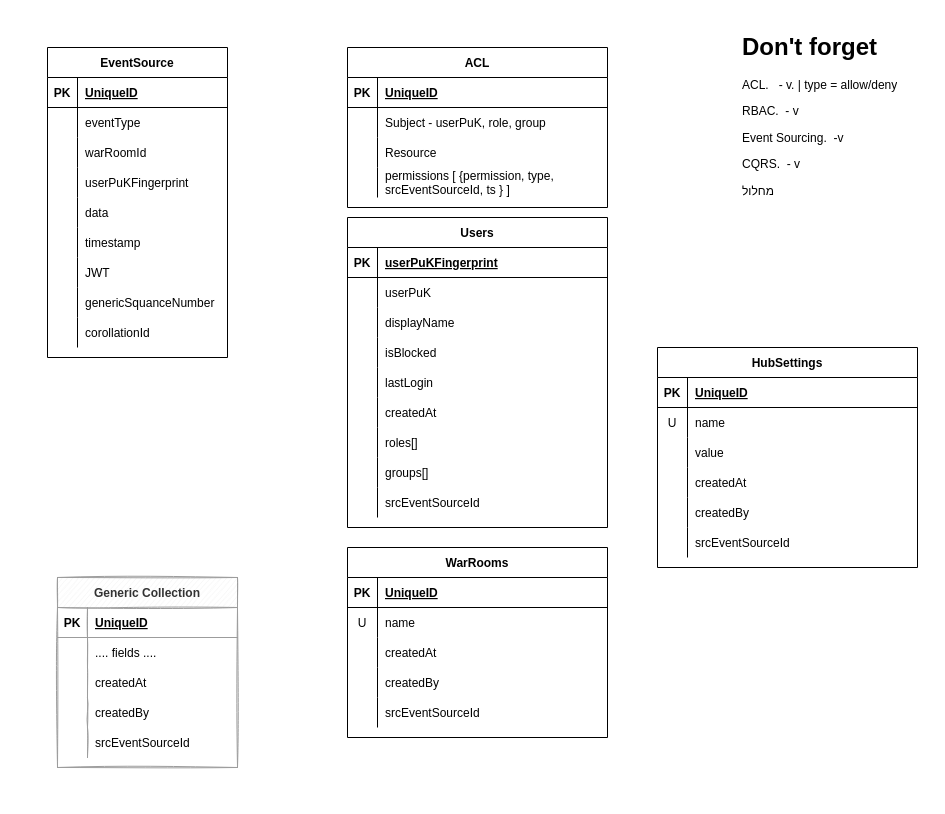
This is page "ERD" (2 of 2) of docs/architecture/CWarRoom.drawio from alefbt/CivilWarRoom, a draw.io file, before an edit. Source tidied: cells renumbered, new cells numbered last; positions are measured from the earlier drawing's top-left corner, leaving out a move shared by most shapes. Both pictures are drawn from the tidied source at 100%, with x=0, y=0 at pixel (47, 27).
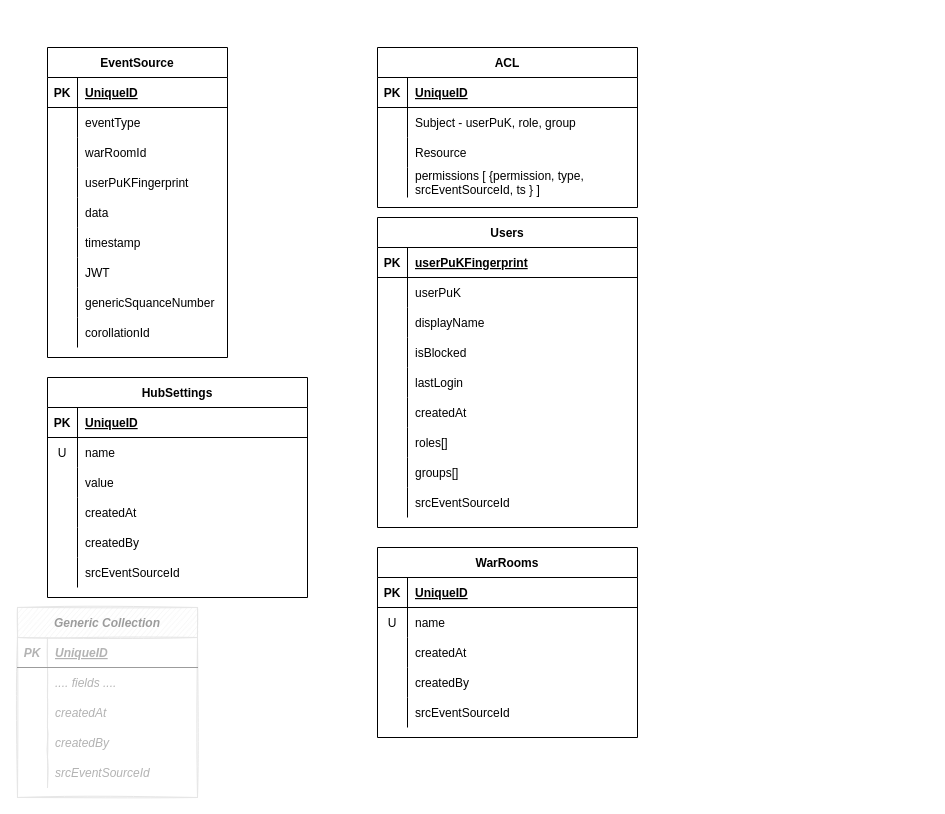
The same diagram, later.

Unchanged cells that the change refers to:
```xml
<mxCell id="89" style="shape=tableRow;horizontal=0;startSize=0;swimlaneHead=0;swimlaneBody=0;fillColor=none;top=0;left=0;right=0;bottom=1;strokeColor=#9C9C9C;" parent="88" vertex="1">
  <mxGeometry y="30" width="180" height="30" as="geometry" />
</mxCell>
<mxCell id="92" style="shape=tableRow;horizontal=0;startSize=0;swimlaneHead=0;swimlaneBody=0;fillColor=none;top=0;left=0;right=0;bottom=0;strokeColor=#9C9C9C;" parent="88" vertex="1">
  <mxGeometry y="60" width="180" height="30" as="geometry" />
</mxCell>
<mxCell id="95" style="shape=tableRow;horizontal=0;startSize=0;swimlaneHead=0;swimlaneBody=0;fillColor=none;top=0;left=0;right=0;bottom=0;strokeColor=#9C9C9C;" parent="88" vertex="1">
  <mxGeometry y="90" width="180" height="30" as="geometry" />
</mxCell>
<mxCell id="98" style="shape=tableRow;horizontal=0;startSize=0;swimlaneHead=0;swimlaneBody=0;fillColor=none;top=0;left=0;right=0;bottom=0;strokeColor=#9C9C9C;" parent="88" vertex="1">
  <mxGeometry y="120" width="180" height="30" as="geometry" />
</mxCell>
<mxCell id="101" style="shape=tableRow;horizontal=0;startSize=0;swimlaneHead=0;swimlaneBody=0;fillColor=none;top=0;left=0;right=0;bottom=0;strokeColor=#9C9C9C;" parent="88" vertex="1">
  <mxGeometry y="150" width="180" height="30" as="geometry" />
</mxCell>
```

What changed in the source:
```diff
@@
     <mxCell id="2" value="ACL" style="shape=table;startSize=30;childLayout=tableLayout;rowLines=0;fontStyle=1;align=center;" parent="1" vertex="1">
-      <mxGeometry x="300" y="20" width="260" height="160" as="geometry" />
+      <mxGeometry x="330" y="20" width="260" height="160" as="geometry" />
     </mxCell>
@@
-    <mxCell id="15" value="&lt;h1&gt;Don't forget&lt;/h1&gt;&lt;p&gt;ACL.&amp;nbsp; &amp;nbsp;- v. | type = allow/deny&lt;/p&gt;&lt;p&gt;RBAC.&amp;nbsp; - v&lt;/p&gt;&lt;p&gt;Event Sourcing.&amp;nbsp; -v&lt;/p&gt;&lt;p&gt;CQRS.&amp;nbsp; - v&lt;/p&gt;&lt;p&gt;מחלול&lt;/p&gt;" style="text;html=1;strokeColor=none;fillColor=none;spacing=5;spacingTop=-20;whiteSpace=wrap;overflow=hidden;rounded=0;" parent="1" vertex="1">
-      <mxGeometry x="690" width="190" height="340" as="geometry" />
-    </mxCell>
     <mxCell id="16" value="WarRooms" style="shape=table;startSize=30;childLayout=tableLayout;rowLines=0;fontStyle=1;align=center;" parent="1" vertex="1">
-      <mxGeometry x="300" y="520" width="260" height="190" as="geometry" />
+      <mxGeometry x="330" y="520" width="260" height="190" as="geometry" />
     </mxCell>
@@
     <mxCell id="32" value="Users" style="shape=table;startSize=30;childLayout=tableLayout;rowLines=0;fontStyle=1;align=center;" parent="1" vertex="1">
-      <mxGeometry x="300" y="190" width="260" height="310" as="geometry" />
+      <mxGeometry x="330" y="190" width="260" height="310" as="geometry" />
     </mxCell>
@@
-    <mxCell id="88" value="Generic Collection" style="shape=table;startSize=30;childLayout=tableLayout;rowLines=0;fontStyle=1;align=center;sketch=1;fillColor=#f5f5f5;fontColor=#333333;strokeColor=#9C9C9C;" parent="1" vertex="1">
-      <mxGeometry x="10" y="550" width="180" height="190" as="geometry" />
+    <mxCell id="88" value="Generic Collection" style="shape=table;startSize=30;childLayout=tableLayout;rowLines=0;fontStyle=3;align=center;sketch=1;fillColor=#f5f5f5;fontColor=#9C9C9C;strokeColor=#E6E6E6;" parent="1" vertex="1">
+      <mxGeometry x="-30" y="580" width="180" height="190" as="geometry" />
     </mxCell>
@@
-    <mxCell id="90" value="PK" style="shape=partialRectangle;fillColor=none;top=0;left=0;bottom=0;right=0;fontStyle=1;overflow=hidden;strokeColor=#9C9C9C;" parent="89" vertex="1">
+    <mxCell id="90" value="PK" style="shape=partialRectangle;fillColor=none;top=0;left=0;bottom=0;right=0;fontStyle=3;overflow=hidden;strokeColor=#9C9C9C;fontColor=#B3B3B3;" parent="89" vertex="1">
       <mxGeometry width="30" height="30" as="geometry" />
     </mxCell>
-    <mxCell id="91" value="UniqueID" style="shape=partialRectangle;fillColor=none;top=0;left=0;bottom=0;right=0;align=left;spacingLeft=6;fontStyle=5;overflow=hidden;strokeColor=#9C9C9C;" parent="89" vertex="1">
+    <mxCell id="91" value="UniqueID" style="shape=partialRectangle;fillColor=none;top=0;left=0;bottom=0;right=0;align=left;spacingLeft=6;fontStyle=7;overflow=hidden;strokeColor=#9C9C9C;fontColor=#B3B3B3;" parent="89" vertex="1">
       <mxGeometry x="30" width="150" height="30" as="geometry" />
     </mxCell>
@@
-    <mxCell id="93" style="shape=partialRectangle;fillColor=none;top=0;left=0;bottom=0;right=0;overflow=hidden;strokeColor=#9C9C9C;" parent="92" vertex="1">
+    <mxCell id="93" style="shape=partialRectangle;fillColor=none;top=0;left=0;bottom=0;right=0;overflow=hidden;strokeColor=#9C9C9C;fontColor=#B3B3B3;fontStyle=2;" parent="92" vertex="1">
       <mxGeometry width="30" height="30" as="geometry" />
     </mxCell>
-    <mxCell id="94" value=".... fields ...." style="shape=partialRectangle;fillColor=none;top=0;left=0;bottom=0;right=0;align=left;spacingLeft=6;overflow=hidden;strokeColor=#9C9C9C;" parent="92" vertex="1">
+    <mxCell id="94" value=".... fields ...." style="shape=partialRectangle;fillColor=none;top=0;left=0;bottom=0;right=0;align=left;spacingLeft=6;overflow=hidden;strokeColor=#9C9C9C;fontColor=#B3B3B3;fontStyle=2;" parent="92" vertex="1">
       <mxGeometry x="30" width="150" height="30" as="geometry" />
     </mxCell>
@@
-    <mxCell id="96" style="shape=partialRectangle;fillColor=none;top=0;left=0;bottom=0;right=0;overflow=hidden;strokeColor=#9C9C9C;" parent="95" vertex="1">
+    <mxCell id="96" style="shape=partialRectangle;fillColor=none;top=0;left=0;bottom=0;right=0;overflow=hidden;strokeColor=#9C9C9C;fontColor=#B3B3B3;fontStyle=2;" parent="95" vertex="1">
       <mxGeometry width="30" height="30" as="geometry" />
     </mxCell>
-    <mxCell id="97" value="createdAt" style="shape=partialRectangle;fillColor=none;top=0;left=0;bottom=0;right=0;align=left;spacingLeft=6;overflow=hidden;strokeColor=#9C9C9C;" parent="95" vertex="1">
+    <mxCell id="97" value="createdAt" style="shape=partialRectangle;fillColor=none;top=0;left=0;bottom=0;right=0;align=left;spacingLeft=6;overflow=hidden;strokeColor=#9C9C9C;fontColor=#B3B3B3;fontStyle=2;" parent="95" vertex="1">
       <mxGeometry x="30" width="150" height="30" as="geometry" />
     </mxCell>
@@
-    <mxCell id="99" style="shape=partialRectangle;fillColor=none;top=0;left=0;bottom=0;right=0;overflow=hidden;strokeColor=#9C9C9C;" parent="98" vertex="1">
+    <mxCell id="99" style="shape=partialRectangle;fillColor=none;top=0;left=0;bottom=0;right=0;overflow=hidden;strokeColor=#9C9C9C;fontColor=#B3B3B3;fontStyle=2;" parent="98" vertex="1">
       <mxGeometry width="30" height="30" as="geometry" />
     </mxCell>
-    <mxCell id="100" value="createdBy" style="shape=partialRectangle;fillColor=none;top=0;left=0;bottom=0;right=0;align=left;spacingLeft=6;overflow=hidden;strokeColor=#9C9C9C;" parent="98" vertex="1">
+    <mxCell id="100" value="createdBy" style="shape=partialRectangle;fillColor=none;top=0;left=0;bottom=0;right=0;align=left;spacingLeft=6;overflow=hidden;strokeColor=#9C9C9C;fontColor=#B3B3B3;fontStyle=2;" parent="98" vertex="1">
       <mxGeometry x="30" width="150" height="30" as="geometry" />
     </mxCell>
@@
-    <mxCell id="102" style="shape=partialRectangle;fillColor=none;top=0;left=0;bottom=0;right=0;overflow=hidden;strokeColor=#9C9C9C;" parent="101" vertex="1">
+    <mxCell id="102" style="shape=partialRectangle;fillColor=none;top=0;left=0;bottom=0;right=0;overflow=hidden;strokeColor=#9C9C9C;fontColor=#B3B3B3;fontStyle=2;" parent="101" vertex="1">
       <mxGeometry width="30" height="30" as="geometry" />
     </mxCell>
-    <mxCell id="103" value="srcEventSourceId" style="shape=partialRectangle;fillColor=none;top=0;left=0;bottom=0;right=0;align=left;spacingLeft=6;overflow=hidden;strokeColor=#9C9C9C;" parent="101" vertex="1">
+    <mxCell id="103" value="srcEventSourceId" style="shape=partialRectangle;fillColor=none;top=0;left=0;bottom=0;right=0;align=left;spacingLeft=6;overflow=hidden;strokeColor=#9C9C9C;fontColor=#B3B3B3;fontStyle=2;" parent="101" vertex="1">
       <mxGeometry x="30" width="150" height="30" as="geometry" />
     </mxCell>
     <mxCell id="104" value="HubSettings" style="shape=table;startSize=30;childLayout=tableLayout;rowLines=0;fontStyle=1;align=center;" parent="1" vertex="1">
-      <mxGeometry x="610" y="320" width="260" height="220" as="geometry" />
+      <mxGeometry y="350" width="260" height="220" as="geometry" />
     </mxCell>
@@
-    <mxCell id="123" parent="0" />
```
